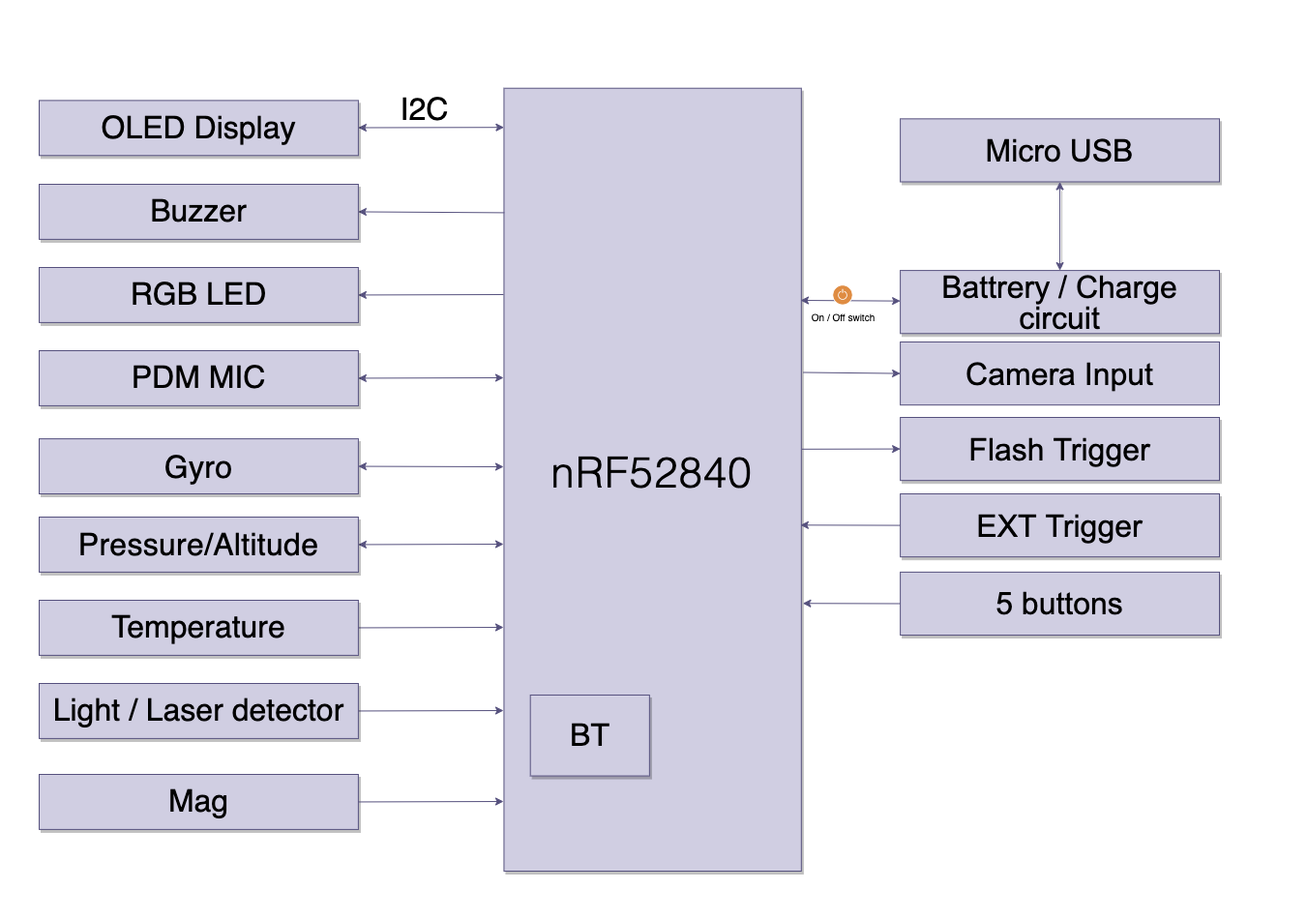
deccanrobotics/snapster-firmware keeps this draw.io diagram as docs/block-diagram/snapster-block-diagram.drawio.png. Above is the earlier version. Source tidied: cells renumbered, new cells last; positions are measured from the earlier drawing's top-left corner, leaving out a move shared by most shapes. Source of this version:
```xml
<mxGraphModel background="#FFFFFF" shadow="1">
  <root>
    <mxCell id="0" />
    <mxCell id="1" parent="0" />
    <mxCell id="2" style="rounded=0;whiteSpace=wrap;html=1;shadow=0;fontSize=32;fontColor=#000000;strokeColor=none;fillColor=none;" parent="1" vertex="1">
      <mxGeometry x="1320" width="30" height="30" as="geometry" />
    </mxCell>
    <mxCell id="3" style="rounded=0;whiteSpace=wrap;html=1;shadow=0;fontSize=32;fontColor=#000000;strokeColor=none;fillColor=none;" parent="1" vertex="1">
      <mxGeometry y="920" width="30" height="30" as="geometry" />
    </mxCell>
    <mxCell id="4" style="endArrow=classic;startArrow=none;html=1;fontFamily=Helvetica;fontSize=32;fontColor=#000000;exitX=1;exitY=0.5;exitDx=0;exitDy=0;shadow=0;strokeColor=#56517e;fillColor=#d0cee2;startFill=0;" parent="1" edge="1" source="17">
      <mxGeometry relative="1" as="geometry">
        <mxPoint x="520" y="734" as="targetPoint" />
      </mxGeometry>
    </mxCell>
    <mxCell id="5" value="&lt;h1 style=&quot;box-sizing: border-box ; margin: 0px 0px 20px ; font-weight: 200 ; line-height: 55px ; letter-spacing: 1px ; position: relative ; z-index: 1&quot;&gt;&lt;font style=&quot;font-size: 44px&quot;&gt;nRF52840&lt;/font&gt;&lt;/h1&gt;" style="rounded=0;whiteSpace=wrap;html=1;shadow=1;fillColor=#d0cee2;strokeColor=#56517e;fontColor=#000000;fontSize=32;" parent="1" vertex="1">
      <mxGeometry x="520.5" y="90.7" width="307.4" height="809.3" as="geometry" />
    </mxCell>
    <mxCell id="6" style="endArrow=classic;html=1;fontSize=32;startArrow=classic;startFill=1;shadow=0;strokeColor=#56517e;fillColor=#d0cee2;fontColor=#000000;" parent="1" edge="1" target="25">
      <mxGeometry relative="1" as="geometry">
        <mxPoint x="520.4" y="131.2" as="sourcePoint" />
      </mxGeometry>
    </mxCell>
    <mxCell id="7" value="I2C" style="text;html=1;align=center;verticalAlign=middle;whiteSpace=wrap;rounded=0;fontSize=32;shadow=0;fillColor=none;strokeColor=none;fontColor=#000000;" parent="1" vertex="1">
      <mxGeometry x="401.6" y="103.4" width="72.5" height="19" as="geometry" />
    </mxCell>
    <mxCell id="8" style="endArrow=classic;html=1;fontSize=32;entryX=1;entryY=0.5;entryDx=0;entryDy=0;exitX=0.001;exitY=0.159;exitDx=0;exitDy=0;exitPerimeter=0;shadow=0;strokeColor=#56517e;fillColor=#d0cee2;fontColor=#000000;" parent="1" edge="1" source="5" target="13">
      <mxGeometry relative="1" as="geometry" />
    </mxCell>
    <mxCell id="9" style="endArrow=classic;html=1;fontSize=32;entryX=1;entryY=0.5;entryDx=0;entryDy=0;shadow=0;strokeColor=#56517e;fillColor=#d0cee2;fontColor=#000000;" parent="1" edge="1" target="14">
      <mxGeometry relative="1" as="geometry">
        <mxPoint x="520" y="304" as="sourcePoint" />
      </mxGeometry>
    </mxCell>
    <mxCell id="10" style="endArrow=classic;html=1;fontSize=32;entryX=1;entryY=0.5;entryDx=0;entryDy=0;startArrow=classic;startFill=1;shadow=0;strokeColor=#56517e;fillColor=#d0cee2;fontColor=#000000;" parent="1" edge="1" target="15">
      <mxGeometry relative="1" as="geometry">
        <mxPoint x="520" y="390" as="sourcePoint" />
      </mxGeometry>
    </mxCell>
    <mxCell id="11" style="endArrow=classic;html=1;fontSize=32;startArrow=classic;startFill=1;shadow=0;strokeColor=#56517e;fillColor=#d0cee2;fontColor=#000000;entryX=1;entryY=0.5;entryDx=0;entryDy=0;" parent="1" edge="1" target="28">
      <mxGeometry relative="1" as="geometry">
        <mxPoint x="520" y="562" as="sourcePoint" />
      </mxGeometry>
    </mxCell>
    <mxCell id="12" style="endArrow=none;html=1;fontSize=32;entryX=1;entryY=0.5;entryDx=0;entryDy=0;startArrow=classic;startFill=1;shadow=0;strokeColor=#56517e;fillColor=#d0cee2;fontColor=#000000;endFill=0;" parent="1" edge="1" target="16">
      <mxGeometry relative="1" as="geometry">
        <mxPoint x="520" y="648" as="sourcePoint" />
      </mxGeometry>
    </mxCell>
    <mxCell id="13" value="&lt;font style=&quot;font-size: 32px;&quot;&gt;Buzzer&lt;/font&gt;" style="rounded=0;whiteSpace=wrap;html=1;fillColor=#d0cee2;strokeColor=#56517e;shadow=1;fontColor=#000000;fontSize=32;" parent="1" vertex="1">
      <mxGeometry x="40" y="190" width="329.9" height="56.9" as="geometry" />
    </mxCell>
    <mxCell id="14" value="&lt;font style=&quot;font-size: 32px;&quot;&gt;RGB LED&lt;/font&gt;" style="rounded=0;whiteSpace=wrap;html=1;fillColor=#d0cee2;strokeColor=#56517e;shadow=1;fontColor=#000000;fontSize=32;" parent="1" vertex="1">
      <mxGeometry x="40" y="276" width="329.9" height="56.9" as="geometry" />
    </mxCell>
    <mxCell id="15" value="&lt;font style=&quot;font-size: 32px;&quot;&gt;PDM MIC&lt;/font&gt;" style="rounded=0;whiteSpace=wrap;html=1;fillColor=#d0cee2;strokeColor=#56517e;shadow=1;fontColor=#000000;fontSize=32;" parent="1" vertex="1">
      <mxGeometry x="40" y="362" width="329.9" height="56.9" as="geometry" />
    </mxCell>
    <mxCell id="16" value="&lt;font style=&quot;font-size: 32px;&quot;&gt;Temperature&lt;/font&gt;" style="rounded=0;whiteSpace=wrap;html=1;fillColor=#d0cee2;strokeColor=#56517e;shadow=1;fontColor=#000000;fontSize=32;" parent="1" vertex="1">
      <mxGeometry x="40" y="620" width="329.9" height="56.9" as="geometry" />
    </mxCell>
    <mxCell id="17" value="&lt;span style=&quot;font-size: 32px&quot;&gt;Light / Laser detector&lt;/span&gt;" style="rounded=0;whiteSpace=wrap;html=1;fillColor=#d0cee2;strokeColor=#56517e;shadow=1;fontColor=#000000;fontSize=32;" parent="1" vertex="1">
      <mxGeometry x="40" y="706" width="329.9" height="56.9" as="geometry" />
    </mxCell>
    <mxCell id="18" value="&lt;h1 id=&quot;title&quot; class=&quot;a-size-large a-spacing-none&quot; style=&quot;box-sizing: border-box; padding: 0px; margin: 0px; font-weight: 400; font-family: &amp;quot;amazon ember&amp;quot;, arial, sans-serif; line-height: 32px; font-size: 32px;&quot;&gt;Micro USB&lt;/h1&gt;" style="rounded=0;whiteSpace=wrap;html=1;fillColor=#d0cee2;strokeColor=#56517e;shadow=1;fontColor=#000000;fontSize=32;" parent="1" vertex="1">
      <mxGeometry x="930.1" y="122.3" width="329.9" height="65.1" as="geometry" />
    </mxCell>
    <mxCell id="19" style="endArrow=classic;startArrow=classic;html=1;fontFamily=Helvetica;fontSize=32;fontColor=#000000;shadow=0;strokeColor=#56517e;fillColor=#d0cee2;" parent="1" edge="1" target="26">
      <mxGeometry relative="1" as="geometry">
        <mxPoint x="827" y="310" as="sourcePoint" />
      </mxGeometry>
    </mxCell>
    <mxCell id="20" style="endArrow=classic;startArrow=classic;html=1;fontFamily=Helvetica;fontSize=32;fontColor=#000000;exitX=0.5;exitY=0;exitDx=0;exitDy=0;entryX=0.5;entryY=1;entryDx=0;entryDy=0;shadow=1;fillColor=#d0cee2;strokeColor=#56517e;" parent="1" edge="1" source="26" target="18">
      <mxGeometry relative="1" as="geometry" />
    </mxCell>
    <mxCell id="21" style="endArrow=classic;html=1;fontFamily=Helvetica;fontSize=32;fontColor=#000000;entryX=0;entryY=0.5;entryDx=0;entryDy=0;exitX=1.006;exitY=0.363;exitDx=0;exitDy=0;shadow=0;strokeColor=#56517e;fillColor=#d0cee2;exitPerimeter=0;" parent="1" edge="1" source="5" target="27">
      <mxGeometry relative="1" as="geometry" />
    </mxCell>
    <mxCell id="22" style="endArrow=classic;html=1;fontFamily=Helvetica;fontSize=32;fontColor=#000000;exitX=1.002;exitY=0.461;exitDx=0;exitDy=0;exitPerimeter=0;entryX=0;entryY=0.5;entryDx=0;entryDy=0;shadow=0;strokeColor=#56517e;fillColor=#d0cee2;" parent="1" edge="1" source="5" target="23">
      <mxGeometry relative="1" as="geometry" />
    </mxCell>
    <mxCell id="23" value="&lt;h1 id=&quot;title&quot; class=&quot;a-size-large a-spacing-none&quot; style=&quot;box-sizing: border-box; padding: 0px; margin: 0px; font-weight: 400; font-family: &amp;quot;amazon ember&amp;quot;, arial, sans-serif; line-height: 32px; font-size: 32px;&quot;&gt;Flash Trigger&lt;/h1&gt;" style="rounded=0;whiteSpace=wrap;html=1;fillColor=#d0cee2;strokeColor=#56517e;shadow=1;fontColor=#000000;fontSize=32;" parent="1" vertex="1">
      <mxGeometry x="930.1" y="431" width="329.9" height="65.2" as="geometry" />
    </mxCell>
    <mxCell id="24" value="BT" style="rounded=0;whiteSpace=wrap;html=1;fontFamily=Helvetica;fontSize=32;shadow=1;fillColor=#d0cee2;strokeColor=#56517e;fontColor=#000000;" parent="1" vertex="1">
      <mxGeometry x="547.7" y="718" width="123.2" height="83.6" as="geometry" />
    </mxCell>
    <mxCell id="25" value="&lt;font style=&quot;font-size: 32px;&quot;&gt;OLED Display&lt;/font&gt;" style="rounded=0;whiteSpace=wrap;html=1;fillColor=#d0cee2;strokeColor=#56517e;shadow=1;fontColor=#000000;fontSize=32;" parent="1" vertex="1">
      <mxGeometry x="40" y="103.4" width="329.9" height="56.9" as="geometry" />
    </mxCell>
    <mxCell id="26" value="&lt;h1 id=&quot;title&quot; class=&quot;a-size-large a-spacing-none&quot; style=&quot;box-sizing: border-box; padding: 0px; margin: 0px; font-weight: 400; font-family: &amp;quot;amazon ember&amp;quot;, arial, sans-serif; line-height: 32px; font-size: 32px;&quot;&gt;Battrery / Charge circuit&lt;/h1&gt;" style="rounded=0;whiteSpace=wrap;html=1;shadow=1;fillColor=#d0cee2;strokeColor=#56517e;fontColor=#000000;fontSize=32;" parent="1" vertex="1">
      <mxGeometry x="930.1" y="279.1" width="329.9" height="65.2" as="geometry" />
    </mxCell>
    <mxCell id="27" value="&lt;h1 id=&quot;title&quot; class=&quot;a-size-large a-spacing-none&quot; style=&quot;box-sizing: border-box; padding: 0px; margin: 0px; font-weight: 400; font-family: &amp;quot;amazon ember&amp;quot;, arial, sans-serif; line-height: 32px; font-size: 32px;&quot;&gt;Camera Input&lt;/h1&gt;" style="rounded=0;whiteSpace=wrap;html=1;shadow=0;fillColor=#d0cee2;strokeColor=#56517e;fontColor=#000000;fontSize=32;" parent="1" vertex="1">
      <mxGeometry x="930.1" y="353" width="329.9" height="65.2" as="geometry" />
    </mxCell>
    <mxCell id="28" value="&lt;h1 class=&quot;products_name&quot; style=&quot;box-sizing: border-box; margin: 0px; font-weight: 400; line-height: 30px; padding: 0px; letter-spacing: 0.28px; font-size: 32px;&quot;&gt;&lt;font style=&quot;font-size: 32px;&quot;&gt;Pressure/Altitude&lt;/font&gt;&lt;/h1&gt;" style="rounded=0;whiteSpace=wrap;html=1;shadow=1;fillColor=#d0cee2;strokeColor=#56517e;fontColor=#000000;fontSize=32;" parent="1" vertex="1">
      <mxGeometry x="40" y="534" width="329.9" height="56.9" as="geometry" />
    </mxCell>
    <mxCell id="29" value="&lt;h1 id=&quot;title&quot; class=&quot;a-size-large a-spacing-none&quot; style=&quot;box-sizing: border-box ; padding: 0px ; margin: 0px ; font-weight: 400 ; font-family: &amp;#34;amazon ember&amp;#34; , &amp;#34;arial&amp;#34; , sans-serif ; line-height: 32px ; font-size: 32px&quot;&gt;EXT Trigger&lt;/h1&gt;" style="rounded=0;whiteSpace=wrap;html=1;fillColor=#d0cee2;strokeColor=#56517e;shadow=1;fontColor=#000000;fontSize=32;" parent="1" vertex="1">
      <mxGeometry x="930.1" y="510" width="329.9" height="65.2" as="geometry" />
    </mxCell>
    <mxCell id="30" style="endArrow=none;html=1;fontFamily=Helvetica;fontSize=32;fontColor=#000000;exitX=0.997;exitY=0.558;exitDx=0;exitDy=0;exitPerimeter=0;entryX=0;entryY=0.5;entryDx=0;entryDy=0;shadow=0;strokeColor=#56517e;fillColor=#d0cee2;endFill=0;startArrow=classic;startFill=1;" parent="1" edge="1" source="5" target="29">
      <mxGeometry relative="1" as="geometry" />
    </mxCell>
    <mxCell id="31" value="&lt;h1 id=&quot;title&quot; class=&quot;a-size-large a-spacing-none&quot; style=&quot;box-sizing: border-box ; padding: 0px ; margin: 0px ; font-weight: 400 ; font-family: &amp;#34;amazon ember&amp;#34; , &amp;#34;arial&amp;#34; , sans-serif ; line-height: 32px ; font-size: 32px&quot;&gt;5 buttons&lt;/h1&gt;" style="rounded=0;whiteSpace=wrap;html=1;fillColor=#d0cee2;strokeColor=#56517e;shadow=1;fontColor=#000000;fontSize=32;" parent="1" vertex="1">
      <mxGeometry x="930.1" y="590.9" width="329.9" height="65.2" as="geometry" />
    </mxCell>
    <mxCell id="32" style="endArrow=none;html=1;fontFamily=Helvetica;fontSize=32;fontColor=#000000;exitX=1.005;exitY=0.658;exitDx=0;exitDy=0;exitPerimeter=0;entryX=0;entryY=0.5;entryDx=0;entryDy=0;shadow=0;strokeColor=#56517e;fillColor=#d0cee2;endFill=0;startArrow=classic;startFill=1;" parent="1" edge="1" source="5" target="31">
      <mxGeometry relative="1" as="geometry" />
    </mxCell>
    <mxCell id="33" value="On / Off switch" style="sketch=0;shadow=0;dashed=0;html=1;strokeColor=none;fillColor=#DF8C42;labelPosition=center;verticalLabelPosition=bottom;verticalAlign=top;align=center;shape=mxgraph.veeam2.turn_on_off;fontSize=10;fontColor=#000000;" parent="1" vertex="1">
      <mxGeometry x="860" y="293.9" width="21" height="21" as="geometry" />
    </mxCell>
    <mxCell id="34" value="&lt;h1 class=&quot;products_name&quot; style=&quot;box-sizing: border-box ; margin: 0px ; font-weight: 400 ; line-height: 30px ; padding: 0px ; letter-spacing: 0.28px ; font-size: 32px&quot;&gt;&lt;font style=&quot;font-size: 32px&quot;&gt;Gyro&lt;/font&gt;&lt;/h1&gt;" style="rounded=0;whiteSpace=wrap;html=1;shadow=1;fillColor=#d0cee2;strokeColor=#56517e;fontColor=#000000;fontSize=32;" parent="1" vertex="1">
      <mxGeometry x="40" y="453.1" width="329.9" height="56.9" as="geometry" />
    </mxCell>
    <mxCell id="35" style="endArrow=classic;html=1;fontSize=32;startArrow=classic;startFill=1;shadow=0;strokeColor=#56517e;fillColor=#d0cee2;fontColor=#000000;entryX=1;entryY=0.5;entryDx=0;entryDy=0;" parent="1" edge="1" target="34">
      <mxGeometry relative="1" as="geometry">
        <mxPoint x="520" y="482" as="sourcePoint" />
      </mxGeometry>
    </mxCell>
    <mxCell id="36" value="&lt;span style=&quot;font-size: 32px&quot;&gt;Mag&lt;/span&gt;" style="rounded=0;whiteSpace=wrap;html=1;fillColor=#d0cee2;strokeColor=#56517e;shadow=1;fontColor=#000000;fontSize=32;" parent="1" vertex="1">
      <mxGeometry x="40" y="800" width="329.9" height="56.9" as="geometry" />
    </mxCell>
    <mxCell id="37" style="endArrow=classic;startArrow=none;html=1;fontFamily=Helvetica;fontSize=32;fontColor=#000000;shadow=0;strokeColor=#56517e;fillColor=#d0cee2;startFill=0;exitX=1;exitY=0.5;exitDx=0;exitDy=0;" parent="1" edge="1" source="36">
      <mxGeometry relative="1" as="geometry">
        <mxPoint x="520" y="828" as="targetPoint" />
      </mxGeometry>
    </mxCell>
  </root>
</mxGraphModel>
```
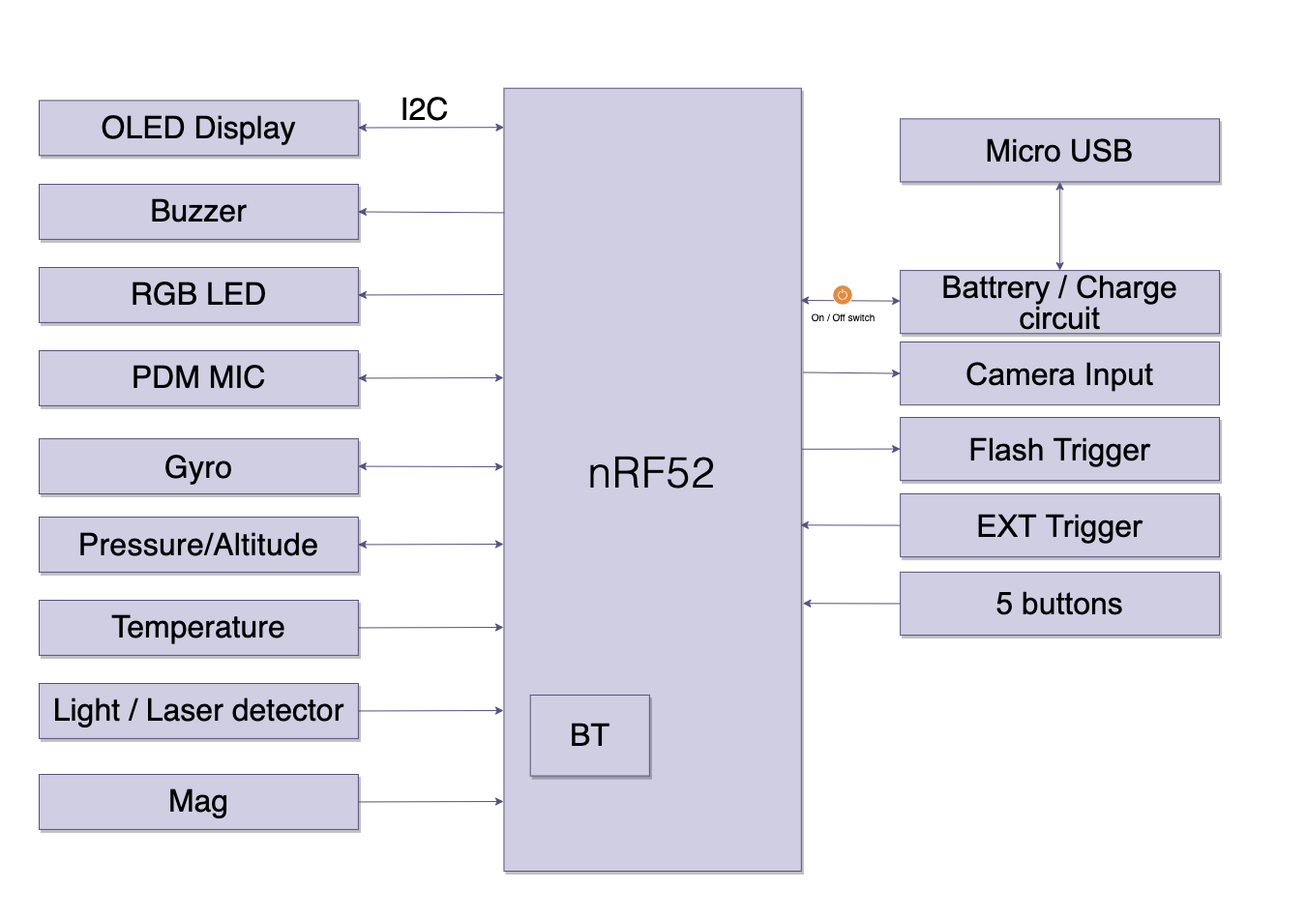
After the change.

Commit message:
Update block diagram

What changed in the source:
```diff
@@ -13,7 +13,7 @@
         <mxPoint x="520" y="734" as="targetPoint" />
       </mxGeometry>
     </mxCell>
-    <mxCell id="5" value="&lt;h1 style=&quot;box-sizing: border-box ; margin: 0px 0px 20px ; font-weight: 200 ; line-height: 55px ; letter-spacing: 1px ; position: relative ; z-index: 1&quot;&gt;&lt;font style=&quot;font-size: 44px&quot;&gt;nRF52840&lt;/font&gt;&lt;/h1&gt;" style="rounded=0;whiteSpace=wrap;html=1;shadow=1;fillColor=#d0cee2;strokeColor=#56517e;fontColor=#000000;fontSize=32;" parent="1" vertex="1">
+    <mxCell id="5" value="&lt;h1 style=&quot;box-sizing: border-box ; margin: 0px 0px 20px ; font-weight: 200 ; line-height: 55px ; letter-spacing: 1px ; position: relative ; z-index: 1&quot;&gt;&lt;font style=&quot;font-size: 44px&quot;&gt;nRF52&lt;/font&gt;&lt;/h1&gt;" style="rounded=0;whiteSpace=wrap;html=1;shadow=1;fillColor=#d0cee2;strokeColor=#56517e;fontColor=#000000;fontSize=32;" parent="1" vertex="1">
       <mxGeometry x="520.5" y="90.7" width="307.4" height="809.3" as="geometry" />
     </mxCell>
     <mxCell id="6" style="endArrow=classic;html=1;fontSize=32;startArrow=classic;startFill=1;shadow=0;strokeColor=#56517e;fillColor=#d0cee2;fontColor=#000000;" parent="1" edge="1" target="25">
```
